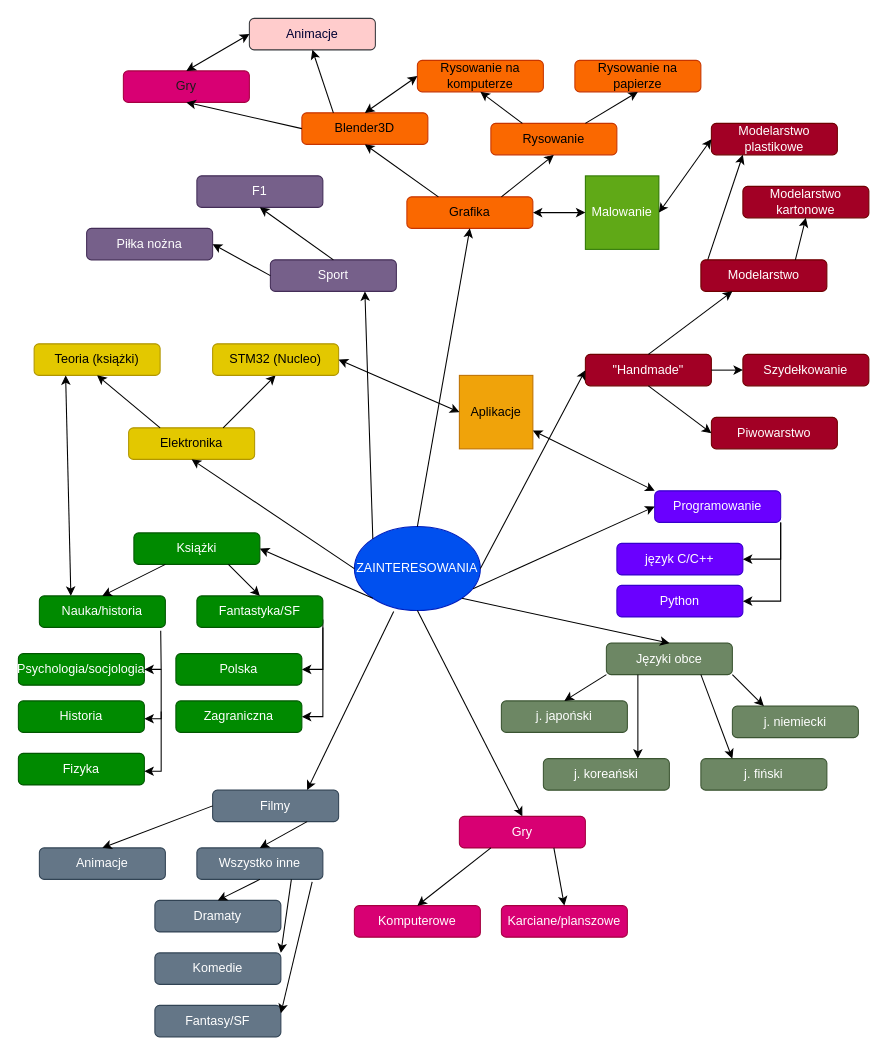
Before: Diagram bez tytułu.drawio in Dexmo-7/myWarmingUp, a draw.io diagram. Source tidied: cells renumbered, new cells numbered last; positions are measured from the earlier drawing's top-left corner, leaving out a move shared by most shapes. Both pictures are drawn from the tidied source at 105%, with x=0, y=0 at pixel (18, 18).
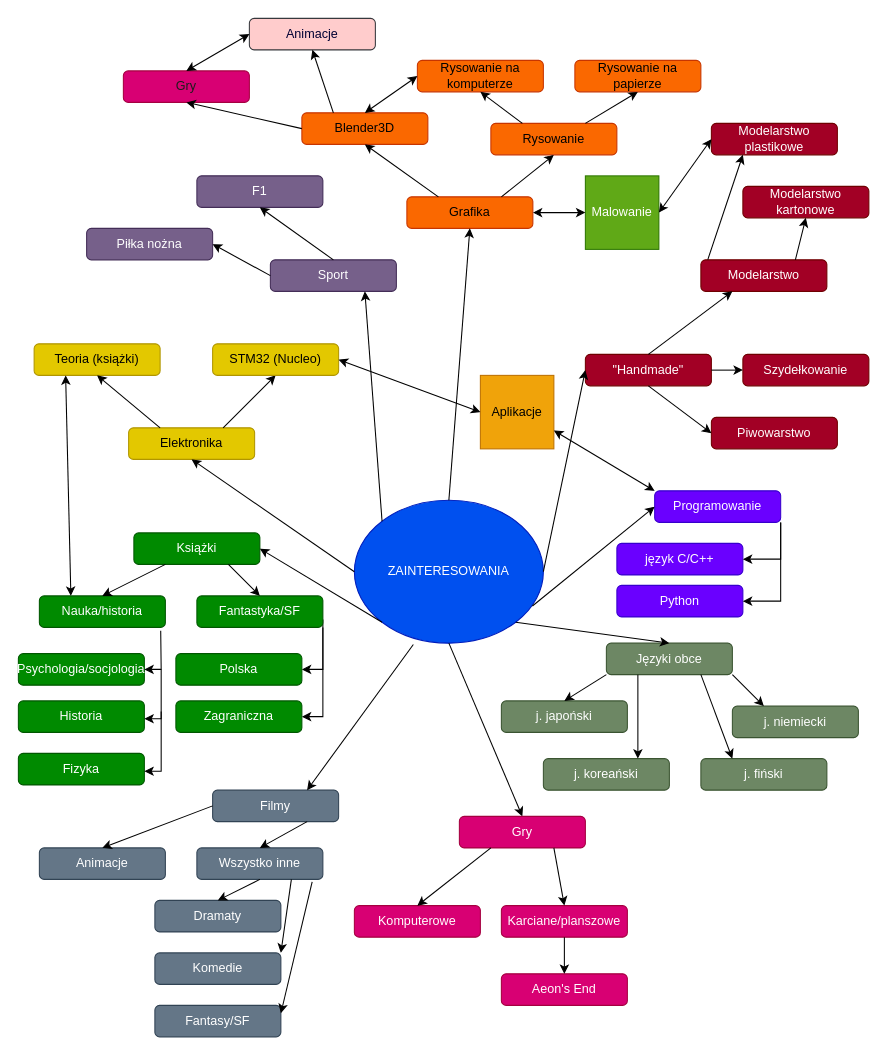
After the change.

Unchanged cells that the change refers to:
```xml
<mxCell id="76" value="Karciane/planszowe" style="rounded=1;whiteSpace=wrap;html=1;fillColor=#d80073;fontColor=#ffffff;strokeColor=#A50040;" parent="1" vertex="1">
  <mxGeometry x="460" y="845" width="120" height="30" as="geometry" />
</mxCell>
```

The edit, as a diff of the source:
```diff
@@
     <mxCell id="6" value="ZAINTERESOWANIA" style="ellipse;whiteSpace=wrap;html=1;fillColor=#0050ef;strokeColor=#001DBC;fontColor=#ffffff;" parent="1" vertex="1">
-      <mxGeometry x="320" y="484" width="120" height="80" as="geometry" />
+      <mxGeometry x="320" y="459" width="180" height="136" as="geometry" />
     </mxCell>
@@
     <mxCell id="85" value="Aplikacje" style="whiteSpace=wrap;html=1;fillColor=#f0a30a;fontColor=#000000;strokeColor=#BD7000;" parent="1" vertex="1">
-      <mxGeometry x="420" y="340" width="70" height="70" as="geometry" />
+      <mxGeometry x="440" y="340" width="70" height="70" as="geometry" />
     </mxCell>
@@
+    <mxCell id="100" value="Aeon's End" style="rounded=1;whiteSpace=wrap;html=1;fillColor=#d80073;fontColor=#ffffff;strokeColor=#A50040;" parent="1" vertex="1">
+      <mxGeometry x="460" y="910" width="120" height="30" as="geometry" />
+    </mxCell>
+    <mxCell id="101" style="edgeStyle=orthogonalEdgeStyle;rounded=0;orthogonalLoop=1;jettySize=auto;html=1;exitX=0.5;exitY=1;exitDx=0;exitDy=0;" parent="1" edge="1" source="100" target="100">
+      <mxGeometry relative="1" as="geometry" />
+    </mxCell>
+    <mxCell id="102" style="endArrow=classic;html=1;rounded=0;entryX=0.5;entryY=0;entryDx=0;entryDy=0;exitX=0.5;exitY=1;exitDx=0;exitDy=0;" parent="1" edge="1" source="76" target="100">
+      <mxGeometry relative="1" as="geometry" />
+    </mxCell>
```
